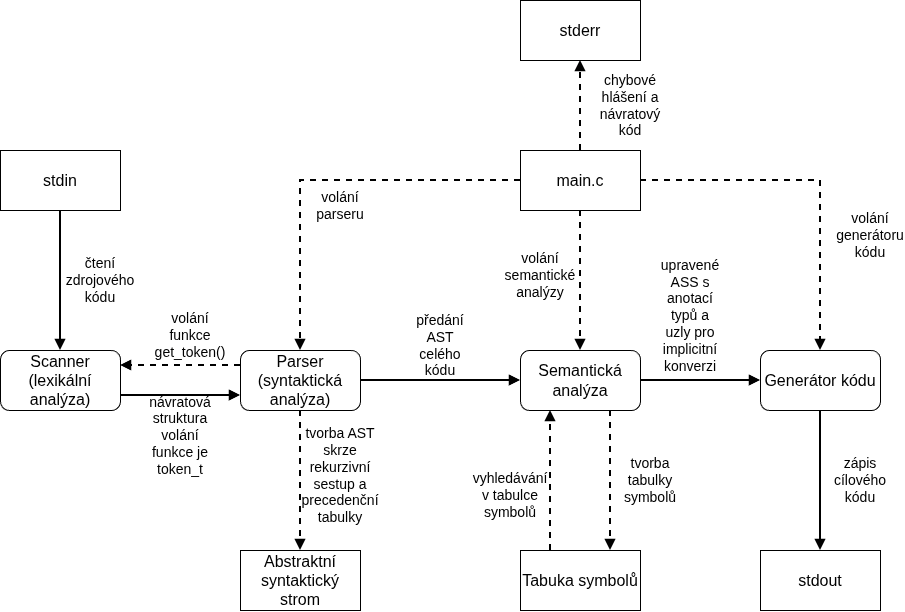
This is doc/figures/compiler_scheme.png from Rustatano/ifj26-project, a draw.io export, as it was before one commit. Source tidied: cells renumbered, new cells last; positions are measured from the earlier drawing's top-left corner, leaving out a move shared by most shapes.
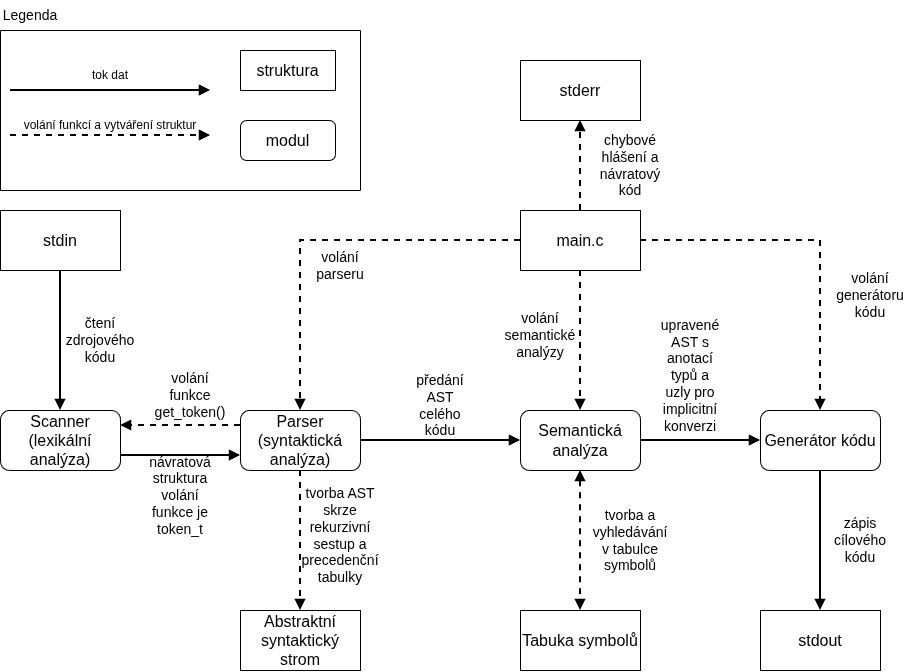
After the commit.

Commit message:
feat: description of sompiler scheme

Diff of the diagram source:
```diff
@@ -20,8 +20,8 @@
     <mxCell id="7" style="edgeStyle=orthogonalEdgeStyle;rounded=0;jettySize=auto;html=1;entryX=0;entryY=0.5;entryDx=0;entryDy=0;defaultLabelBackgroundColor=page;strokeWidth=2;endArrow=block;endFill=1;" parent="1" edge="1" source="10" target="12">
       <mxGeometry relative="1" as="geometry" />
     </mxCell>
-    <mxCell id="8" style="edgeStyle=orthogonalEdgeStyle;rounded=0;jettySize=auto;html=1;entryX=0.75;entryY=0;entryDx=0;entryDy=0;defaultLabelBackgroundColor=page;dashed=1;endArrow=block;endFill=1;strokeWidth=2;exitX=0.75;exitY=1;exitDx=0;exitDy=0;" parent="1" edge="1" source="10" target="15">
-      <mxGeometry x="-0.18" relative="1" as="geometry" />
+    <mxCell id="8" style="edgeStyle=orthogonalEdgeStyle;rounded=0;jettySize=auto;html=1;entryX=0.5;entryY=0;entryDx=0;entryDy=0;defaultLabelBackgroundColor=page;dashed=1;endArrow=block;endFill=1;strokeWidth=2;exitX=0.5;exitY=1;exitDx=0;exitDy=0;startArrow=block;startFill=1;" parent="1" edge="1" source="10" target="15">
+      <mxGeometry relative="1" as="geometry" />
     </mxCell>
     <mxCell id="9" style="edgeStyle=orthogonalEdgeStyle;rounded=0;jettySize=auto;html=1;entryX=1;entryY=0.5;entryDx=0;entryDy=0;defaultLabelBackgroundColor=page;strokeWidth=2;startArrow=block;startFill=1;endArrow=none;endFill=0;" parent="1" edge="1" source="10" target="6">
       <mxGeometry relative="1" as="geometry" />
@@ -38,9 +38,6 @@
     <mxCell id="13" value="&lt;span style=&quot;font-size: 16px;&quot;&gt;Abstraktní syntaktický strom&lt;/span&gt;" style="rounded=0;whiteSpace=wrap;html=1;" parent="1" vertex="1">
       <mxGeometry x="240" y="550" width="120" height="60" as="geometry" />
     </mxCell>
-    <mxCell id="14" style="edgeStyle=orthogonalEdgeStyle;rounded=0;jettySize=auto;html=1;exitX=0.25;exitY=0;exitDx=0;exitDy=0;entryX=0.25;entryY=1;entryDx=0;entryDy=0;defaultLabelBackgroundColor=page;labelPadding=0 4;strokeWidth=2;dashed=1;endArrow=block;endFill=1;" parent="1" edge="1" source="15" target="10">
-      <mxGeometry relative="1" as="geometry" />
-    </mxCell>
     <mxCell id="15" value="&lt;span style=&quot;font-size: 16px;&quot;&gt;Tab&lt;/span&gt;&lt;span style=&quot;font-size: 16px; background-color: transparent;&quot;&gt;uka symbolů&lt;/span&gt;" style="rounded=0;whiteSpace=wrap;html=1;" parent="1" vertex="1">
       <mxGeometry x="520" y="550" width="120" height="60" as="geometry" />
     </mxCell>
@@ -65,18 +62,15 @@
     <mxCell id="22" value="tvorba AST skrze rekurzivní sestup a precedenční tabulky" style="text;html=1;whiteSpace=wrap;strokeColor=none;fillColor=none;align=center;verticalAlign=middle;rounded=0;fontSize=14;" parent="1" vertex="1">
       <mxGeometry x="310" y="460" width="60" height="30" as="geometry" />
     </mxCell>
-    <mxCell id="23" value="tvorba tabulky symbolů" style="text;html=1;whiteSpace=wrap;strokeColor=none;fillColor=none;align=center;verticalAlign=middle;rounded=0;fontSize=14;" parent="1" vertex="1">
-      <mxGeometry x="620" y="465" width="60" height="30" as="geometry" />
+    <mxCell id="23" value="tvorba a vyhledávání v tabulce symbolů" style="text;html=1;whiteSpace=wrap;strokeColor=none;fillColor=none;align=center;verticalAlign=middle;rounded=0;fontSize=14;" parent="1" vertex="1">
+      <mxGeometry x="600" y="465" width="60" height="30" as="geometry" />
     </mxCell>
     <mxCell id="24" value="předání AST celého kódu" style="text;html=1;whiteSpace=wrap;strokeColor=none;fillColor=none;align=center;verticalAlign=middle;rounded=0;fontSize=14;" parent="1" vertex="1">
       <mxGeometry x="410" y="330" width="60" height="30" as="geometry" />
     </mxCell>
-    <mxCell id="25" value="upravené ASS s anotací typů a uzly pro implicitní konverzi" style="text;html=1;whiteSpace=wrap;strokeColor=none;fillColor=none;align=center;verticalAlign=middle;rounded=0;fontSize=14;" parent="1" vertex="1">
+    <mxCell id="25" value="upravené AST s anotací typů a uzly pro implicitní konverzi" style="text;html=1;whiteSpace=wrap;strokeColor=none;fillColor=none;align=center;verticalAlign=middle;rounded=0;fontSize=14;" parent="1" vertex="1">
       <mxGeometry x="660" y="300" width="60" height="30" as="geometry" />
     </mxCell>
-    <mxCell id="26" value="&lt;font style=&quot;font-size: 14px;&quot;&gt;vyhledávání v tabulce symbolů&lt;/font&gt;" style="text;html=1;whiteSpace=wrap;strokeColor=none;fillColor=none;align=center;verticalAlign=middle;rounded=0;" parent="1" vertex="1">
-      <mxGeometry x="480" y="480" width="60" height="30" as="geometry" />
-    </mxCell>
     <mxCell id="27" value="&lt;font style=&quot;font-size: 14px;&quot;&gt;volání funkce get_token()&lt;/font&gt;" style="text;html=1;whiteSpace=wrap;strokeColor=none;fillColor=none;align=center;verticalAlign=middle;rounded=0;" parent="1" vertex="1">
       <mxGeometry x="160" y="320" width="60" height="30" as="geometry" />
     </mxCell>
@@ -110,5 +104,56 @@
     <mxCell id="37" value="&lt;font style=&quot;font-size: 16px;&quot;&gt;stderr&lt;/font&gt;" style="rounded=0;whiteSpace=wrap;html=1;" parent="1" vertex="1">
       <mxGeometry x="520" width="120" height="60" as="geometry" />
     </mxCell>
+    <mxCell id="38" style="edgeStyle=orthogonalEdgeStyle;rounded=0;orthogonalLoop=1;jettySize=auto;html=1;exitX=0.5;exitY=0;exitDx=0;exitDy=0;defaultLabelBackgroundColor=page;labelPadding=0 4;dashed=1;endArrow=block;endFill=1;strokeWidth=2;" parent="1" edge="1">
+      <mxGeometry relative="1" as="geometry">
+        <mxPoint x="10" y="75" as="sourcePoint" />
+        <mxPoint x="210" y="75" as="targetPoint" />
+      </mxGeometry>
+    </mxCell>
+    <mxCell id="39" style="edgeStyle=orthogonalEdgeStyle;rounded=0;orthogonalLoop=1;jettySize=auto;html=1;defaultLabelBackgroundColor=page;strokeWidth=2;endArrow=block;endFill=1;" parent="1" edge="1">
+      <mxGeometry relative="1" as="geometry">
+        <mxPoint x="10" y="30" as="sourcePoint" />
+        <mxPoint x="210" y="30" as="targetPoint" />
+      </mxGeometry>
+    </mxCell>
+    <mxCell id="40" value="tok dat" style="text;html=1;whiteSpace=wrap;strokeColor=none;fillColor=none;align=center;verticalAlign=middle;rounded=0;" parent="1" vertex="1">
+      <mxGeometry x="80" width="60" height="30" as="geometry" />
+    </mxCell>
+    <mxCell id="41" value="volání funkcí a vytváření struktur" style="text;html=1;whiteSpace=wrap;strokeColor=none;fillColor=none;align=center;verticalAlign=middle;rounded=0;" parent="1" vertex="1">
+      <mxGeometry x="15" y="50" width="190" height="30" as="geometry" />
+    </mxCell>
+    <mxCell id="42" value="struktura" style="rounded=0;whiteSpace=wrap;html=1;fontSize=16;" parent="1" vertex="1">
+      <mxGeometry x="240" y="-10" width="95" height="40" as="geometry" />
+    </mxCell>
+    <mxCell id="43" value="modul" style="rounded=1;whiteSpace=wrap;html=1;roundedPerimeter=1;fontSize=16;" parent="1" vertex="1">
+      <mxGeometry x="240" y="60" width="95" height="40" as="geometry" />
+    </mxCell>
+    <mxCell id="44" style="endArrow=none;html=1;rounded=0;defaultLabelBackgroundColor=page;labelPadding=0 4;" parent="1" edge="1">
+      <mxGeometry relative="1" as="geometry">
+        <mxPoint y="130" as="sourcePoint" />
+        <mxPoint x="360" y="130" as="targetPoint" />
+      </mxGeometry>
+    </mxCell>
+    <mxCell id="45" style="endArrow=none;html=1;rounded=0;defaultLabelBackgroundColor=page;labelPadding=0 4;" parent="1" edge="1">
+      <mxGeometry relative="1" as="geometry">
+        <mxPoint x="360" y="130" as="sourcePoint" />
+        <mxPoint x="360" y="-30" as="targetPoint" />
+      </mxGeometry>
+    </mxCell>
+    <mxCell id="46" style="endArrow=none;html=1;rounded=0;defaultLabelBackgroundColor=page;labelPadding=0 4;" parent="1" edge="1">
+      <mxGeometry relative="1" as="geometry">
+        <mxPoint y="-30" as="sourcePoint" />
+        <mxPoint x="360" y="-30" as="targetPoint" />
+      </mxGeometry>
+    </mxCell>
+    <mxCell id="47" style="endArrow=none;html=1;rounded=0;defaultLabelBackgroundColor=page;labelPadding=0 4;" parent="1" edge="1">
+      <mxGeometry relative="1" as="geometry">
+        <mxPoint y="130" as="sourcePoint" />
+        <mxPoint y="-30" as="targetPoint" />
+      </mxGeometry>
+    </mxCell>
+    <mxCell id="48" value="Legenda" style="text;html=1;whiteSpace=wrap;strokeColor=none;fillColor=none;align=center;verticalAlign=middle;rounded=0;fontSize=14;" parent="1" vertex="1">
+      <mxGeometry y="-60" width="60" height="30" as="geometry" />
+    </mxCell>
   </root>
 </mxGraphModel>
```
